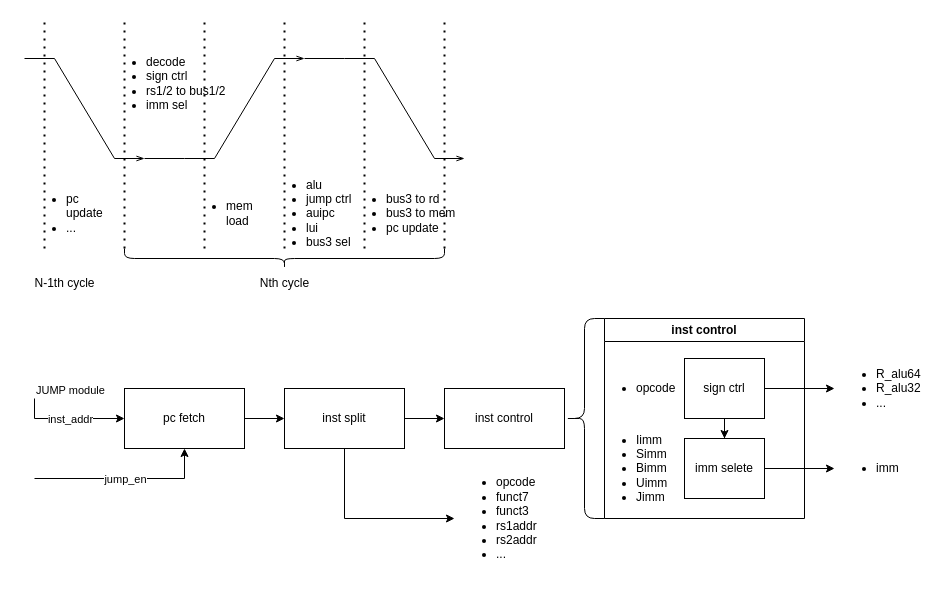
This is page "all" (1 of 4) of files/cpu_v1.drawio from 2X-ercha/drawio-app, a draw.io file, before an edit. Source tidied: cells renumbered, new cells numbered last; positions are measured from the earlier drawing's top-left corner, leaving out a move shared by most shapes. Both pictures are drawn from the tidied source at 100%, with x=0, y=0 at pixel (24, 18).
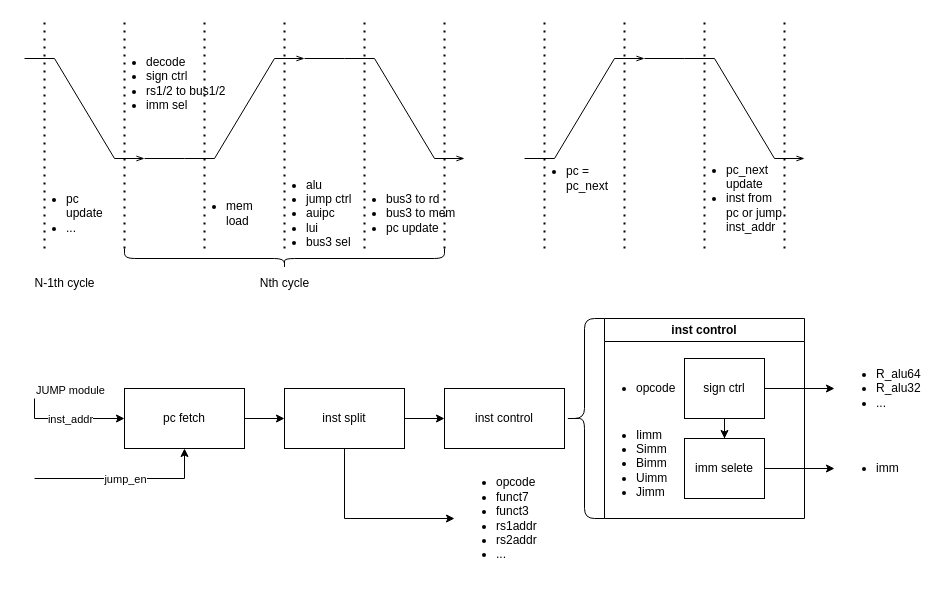
The same page after the edit.

Unchanged cells that the change refers to:
```xml
<mxCell id="8" value="inst control" style="swimlane;whiteSpace=wrap;html=1;" parent="2" vertex="1">
  <mxGeometry x="570" width="200" height="200" as="geometry" />
</mxCell>
```

Change to the diagram source:
```diff
@@
     <mxCell id="13" value="&lt;ul&gt;&lt;li&gt;Iimm&lt;/li&gt;&lt;li&gt;Simm&lt;/li&gt;&lt;li&gt;Bimm&lt;/li&gt;&lt;li&gt;Uimm&lt;/li&gt;&lt;li&gt;Jimm&lt;/li&gt;&lt;/ul&gt;" style="text;strokeColor=none;fillColor=none;html=1;whiteSpace=wrap;verticalAlign=middle;overflow=hidden;" parent="8" vertex="1">
-      <mxGeometry x="-10" y="100" width="100" height="90" as="geometry" />
+      <mxGeometry x="-10" y="90" width="100" height="110" as="geometry" />
     </mxCell>
@@
+    <mxCell id="46" style="group;" parent="1" vertex="1">
+      <mxGeometry x="500" width="260" height="230" as="geometry" />
+    </mxCell>
+    <mxCell id="47" style="edgeStyle=entityRelationEdgeStyle;fontSize=12;html=1;endArrow=openThin;endFill=0;rounded=0;" parent="46" edge="1">
+      <mxGeometry relative="1" as="geometry">
+        <mxPoint y="140" as="sourcePoint" />
+        <mxPoint x="120" y="40" as="targetPoint" />
+      </mxGeometry>
+    </mxCell>
+    <mxCell id="48" style="endArrow=none;html=1;rounded=0;" parent="46" edge="1">
+      <mxGeometry relative="1" as="geometry">
+        <mxPoint x="120" y="40" as="sourcePoint" />
+        <mxPoint x="160" y="40" as="targetPoint" />
+      </mxGeometry>
+    </mxCell>
+    <mxCell id="49" style="edgeStyle=entityRelationEdgeStyle;fontSize=12;html=1;endArrow=openThin;endFill=0;rounded=0;" parent="46" edge="1">
+      <mxGeometry relative="1" as="geometry">
+        <mxPoint x="160" y="40" as="sourcePoint" />
+        <mxPoint x="280" y="140" as="targetPoint" />
+        <Array as="points">
+          <mxPoint x="220" y="80" />
+        </Array>
+      </mxGeometry>
+    </mxCell>
+    <mxCell id="50" style="endArrow=none;dashed=1;html=1;dashPattern=1 3;strokeWidth=2;rounded=0;" parent="46" edge="1">
+      <mxGeometry relative="1" as="geometry">
+        <mxPoint x="20" y="230" as="sourcePoint" />
+        <mxPoint x="20" as="targetPoint" />
+      </mxGeometry>
+    </mxCell>
+    <mxCell id="51" style="endArrow=none;dashed=1;html=1;dashPattern=1 3;strokeWidth=2;rounded=0;" parent="46" edge="1">
+      <mxGeometry relative="1" as="geometry">
+        <mxPoint x="100" y="230" as="sourcePoint" />
+        <mxPoint x="100" as="targetPoint" />
+      </mxGeometry>
+    </mxCell>
+    <mxCell id="52" style="endArrow=none;dashed=1;html=1;dashPattern=1 3;strokeWidth=2;rounded=0;" parent="46" edge="1">
+      <mxGeometry relative="1" as="geometry">
+        <mxPoint x="180" y="230" as="sourcePoint" />
+        <mxPoint x="180" as="targetPoint" />
+      </mxGeometry>
+    </mxCell>
+    <mxCell id="53" style="endArrow=none;dashed=1;html=1;dashPattern=1 3;strokeWidth=2;rounded=0;" parent="46" edge="1">
+      <mxGeometry relative="1" as="geometry">
+        <mxPoint x="260" y="230" as="sourcePoint" />
+        <mxPoint x="260" as="targetPoint" />
+      </mxGeometry>
+    </mxCell>
+    <mxCell id="54" value="&lt;ul&gt;&lt;li&gt;pc = pc_next&lt;br&gt;&lt;/li&gt;&lt;/ul&gt;" style="text;strokeColor=none;fillColor=none;html=1;whiteSpace=wrap;verticalAlign=middle;overflow=hidden;" parent="46" vertex="1">
+      <mxGeometry y="120" width="100" height="80" as="geometry" />
+    </mxCell>
+    <mxCell id="55" value="&lt;ul&gt;&lt;li&gt;pc_next update&lt;/li&gt;&lt;li&gt;inst from pc or jump inst_addr&lt;br&gt;&lt;/li&gt;&lt;/ul&gt;" style="text;strokeColor=none;fillColor=none;html=1;whiteSpace=wrap;verticalAlign=middle;overflow=hidden;" parent="46" vertex="1">
+      <mxGeometry x="160" y="130" width="100" height="100" as="geometry" />
+    </mxCell>
```
